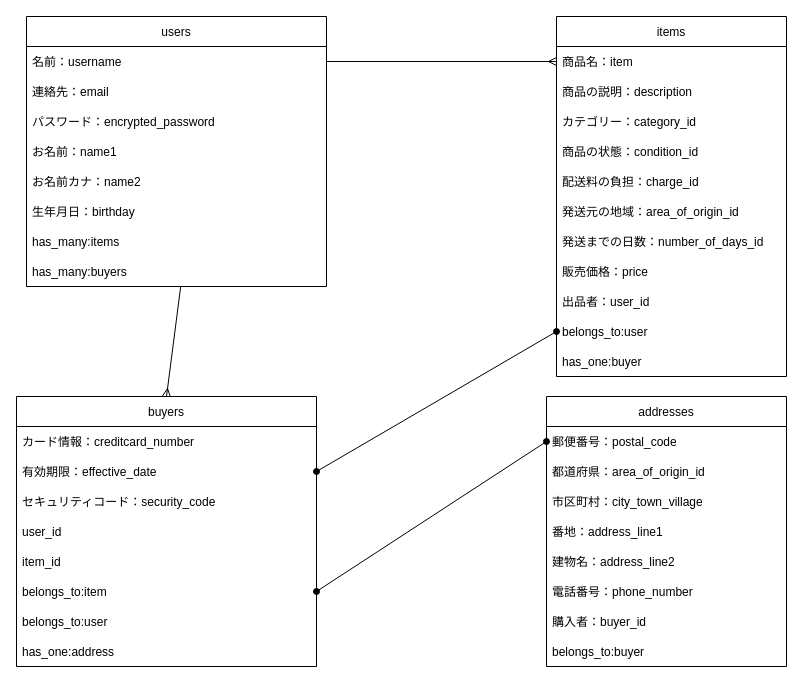
Earlier version of the draw.io diagram test.dio (okanobuchan555/furima-27291). Source tidied: cells renumbered, new cells numbered last; positions are measured from the earlier drawing's top-left corner, leaving out a move shared by most shapes. Both pictures are drawn from the tidied source at 100%, with x=0, y=0 at pixel (16, 16).
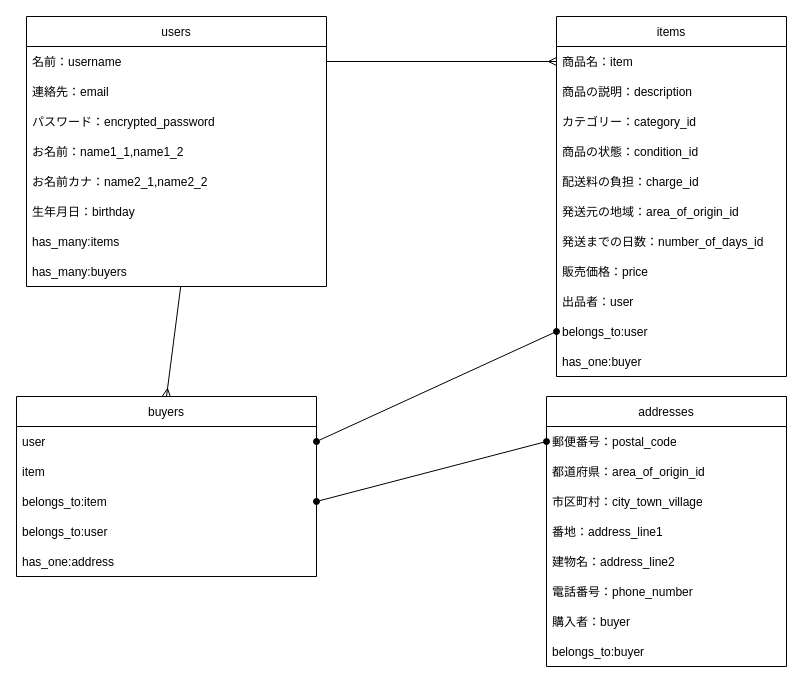
Above is the later version.

The change refers to these unchanged cells:
```xml
<mxCell id="2" value="users" style="swimlane;fontStyle=0;horizontal=1;startSize=30;strokeColor=default;" parent="1" vertex="1">
  <mxGeometry x="10" width="300" height="270" as="geometry" />
</mxCell>
<mxCell id="21" value="items" style="swimlane;fontStyle=0;horizontal=1;startSize=30;strokeColor=default;" parent="1" vertex="1">
  <mxGeometry x="540" width="230" height="360" as="geometry" />
</mxCell>
<mxCell id="35" value="addresses" style="swimlane;fontStyle=0;horizontal=1;startSize=30;strokeColor=default;" parent="1" vertex="1">
  <mxGeometry x="530" y="380" width="240" height="270" as="geometry" />
</mxCell>
```

Diff of the diagram source:
```diff
@@
-    <mxCell id="6" value="お名前：name1" style="text;strokeColor=none;fillColor=none;align=left;verticalAlign=middle;spacingLeft=4;spacingRight=4;overflow=hidden;" parent="2" vertex="1">
+    <mxCell id="6" value="お名前：name1_1,name1_2" style="text;strokeColor=none;fillColor=none;align=left;verticalAlign=middle;spacingLeft=4;spacingRight=4;overflow=hidden;" parent="2" vertex="1">
       <mxGeometry y="120" width="300" height="30" as="geometry" />
     </mxCell>
-    <mxCell id="7" value="お名前カナ：name2" style="text;strokeColor=none;fillColor=none;align=left;verticalAlign=middle;spacingLeft=4;spacingRight=4;overflow=hidden;" parent="2" vertex="1">
+    <mxCell id="7" value="お名前カナ：name2_1,name2_2" style="text;strokeColor=none;fillColor=none;align=left;verticalAlign=middle;spacingLeft=4;spacingRight=4;overflow=hidden;" parent="2" vertex="1">
       <mxGeometry y="150" width="300" height="30" as="geometry" />
     </mxCell>
@@
     <mxCell id="11" value="buyers" style="swimlane;fontStyle=0;horizontal=1;startSize=30;" parent="1" vertex="1">
-      <mxGeometry y="380" width="300" height="270" as="geometry" />
+      <mxGeometry y="380" width="300" height="180" as="geometry" />
     </mxCell>
-    <mxCell id="12" value="カード情報：creditcard_number" style="text;strokeColor=none;fillColor=none;align=left;verticalAlign=middle;spacingLeft=4;spacingRight=4;overflow=hidden;" parent="11" vertex="1">
-      <mxGeometry y="30" width="300" height="30" as="geometry" />
-    </mxCell>
-    <mxCell id="13" value="有効期限：effective_date" style="text;strokeColor=none;fillColor=none;align=left;verticalAlign=middle;spacingLeft=4;spacingRight=4;overflow=hidden;points=[[0,0.5],[1,0.5]];portConstraint=eastwest;" parent="11" vertex="1">
-      <mxGeometry y="60" width="300" height="30" as="geometry" />
-    </mxCell>
-    <mxCell id="14" value="セキュリティコード：security_code" style="text;strokeColor=none;fillColor=none;align=left;verticalAlign=middle;spacingLeft=4;spacingRight=4;overflow=hidden;" parent="11" vertex="1">
-      <mxGeometry y="90" width="300" height="30" as="geometry" />
-    </mxCell>
-    <mxCell id="15" value="user_id" style="text;strokeColor=none;fillColor=none;align=left;verticalAlign=middle;spacingLeft=4;spacingRight=4;overflow=hidden;" parent="11" vertex="1">
-      <mxGeometry y="120" width="300" height="30" as="geometry" />
+    <mxCell id="15" value="user" style="text;strokeColor=none;fillColor=none;align=left;verticalAlign=middle;spacingLeft=4;spacingRight=4;overflow=hidden;" parent="11" vertex="1">
+      <mxGeometry y="30" width="300" height="30" as="geometry" />
     </mxCell>
-    <mxCell id="16" value="item_id" style="text;strokeColor=none;fillColor=none;align=left;verticalAlign=middle;spacingLeft=4;spacingRight=4;overflow=hidden;" parent="11" vertex="1">
-      <mxGeometry y="150" width="300" height="30" as="geometry" />
+    <mxCell id="16" value="item" style="text;strokeColor=none;fillColor=none;align=left;verticalAlign=middle;spacingLeft=4;spacingRight=4;overflow=hidden;" parent="11" vertex="1">
+      <mxGeometry y="60" width="300" height="30" as="geometry" />
     </mxCell>
     <mxCell id="17" value="belongs_to:item" style="text;strokeColor=none;fillColor=none;align=left;verticalAlign=middle;spacingLeft=4;spacingRight=4;overflow=hidden;points=[[0,0.5],[1,0.5]];portConstraint=eastwest;" parent="11" vertex="1">
-      <mxGeometry y="180" width="300" height="30" as="geometry" />
+      <mxGeometry y="90" width="300" height="30" as="geometry" />
     </mxCell>
     <mxCell id="18" value="belongs_to:user" style="text;strokeColor=none;fillColor=none;align=left;verticalAlign=middle;spacingLeft=4;spacingRight=4;overflow=hidden;" parent="11" vertex="1">
-      <mxGeometry y="210" width="300" height="30" as="geometry" />
+      <mxGeometry y="120" width="300" height="30" as="geometry" />
     </mxCell>
     <mxCell id="19" value="has_one:address" style="text;strokeColor=none;fillColor=none;align=left;verticalAlign=middle;spacingLeft=4;spacingRight=4;overflow=hidden;" parent="11" vertex="1">
-      <mxGeometry y="240" width="300" height="30" as="geometry" />
+      <mxGeometry y="150" width="300" height="30" as="geometry" />
     </mxCell>
@@
-    <mxCell id="30" value="出品者：user_id" style="text;strokeColor=none;fillColor=none;align=left;verticalAlign=middle;spacingLeft=4;spacingRight=4;overflow=hidden;" parent="21" vertex="1">
+    <mxCell id="30" value="出品者：user" style="text;strokeColor=none;fillColor=none;align=left;verticalAlign=middle;spacingLeft=4;spacingRight=4;overflow=hidden;" parent="21" vertex="1">
       <mxGeometry y="270" width="230" height="30" as="geometry" />
     </mxCell>
@@
-    <mxCell id="34" style="edgeStyle=none;html=1;exitX=0;exitY=0.5;exitDx=0;exitDy=0;entryX=1;entryY=0.5;entryDx=0;entryDy=0;endArrow=oval;endFill=1;startArrow=oval;startFill=1;" parent="1" edge="1" target="13">
+    <mxCell id="34" style="edgeStyle=none;html=1;exitX=0;exitY=0.5;exitDx=0;exitDy=0;entryX=1;entryY=0.5;entryDx=0;entryDy=0;endArrow=oval;endFill=1;startArrow=oval;startFill=1;" parent="1" edge="1">
       <mxGeometry relative="1" as="geometry">
         <mxPoint x="540" y="315" as="sourcePoint" />
+        <mxPoint x="300" y="425" as="targetPoint" />
       </mxGeometry>
     </mxCell>
@@
-    <mxCell id="42" value="購入者：buyer_id" style="text;strokeColor=none;fillColor=none;align=left;verticalAlign=middle;spacingLeft=4;spacingRight=4;overflow=hidden;" parent="35" vertex="1">
+    <mxCell id="42" value="購入者：buyer" style="text;strokeColor=none;fillColor=none;align=left;verticalAlign=middle;spacingLeft=4;spacingRight=4;overflow=hidden;" parent="35" vertex="1">
       <mxGeometry y="210" width="240" height="30" as="geometry" />
     </mxCell>
```
